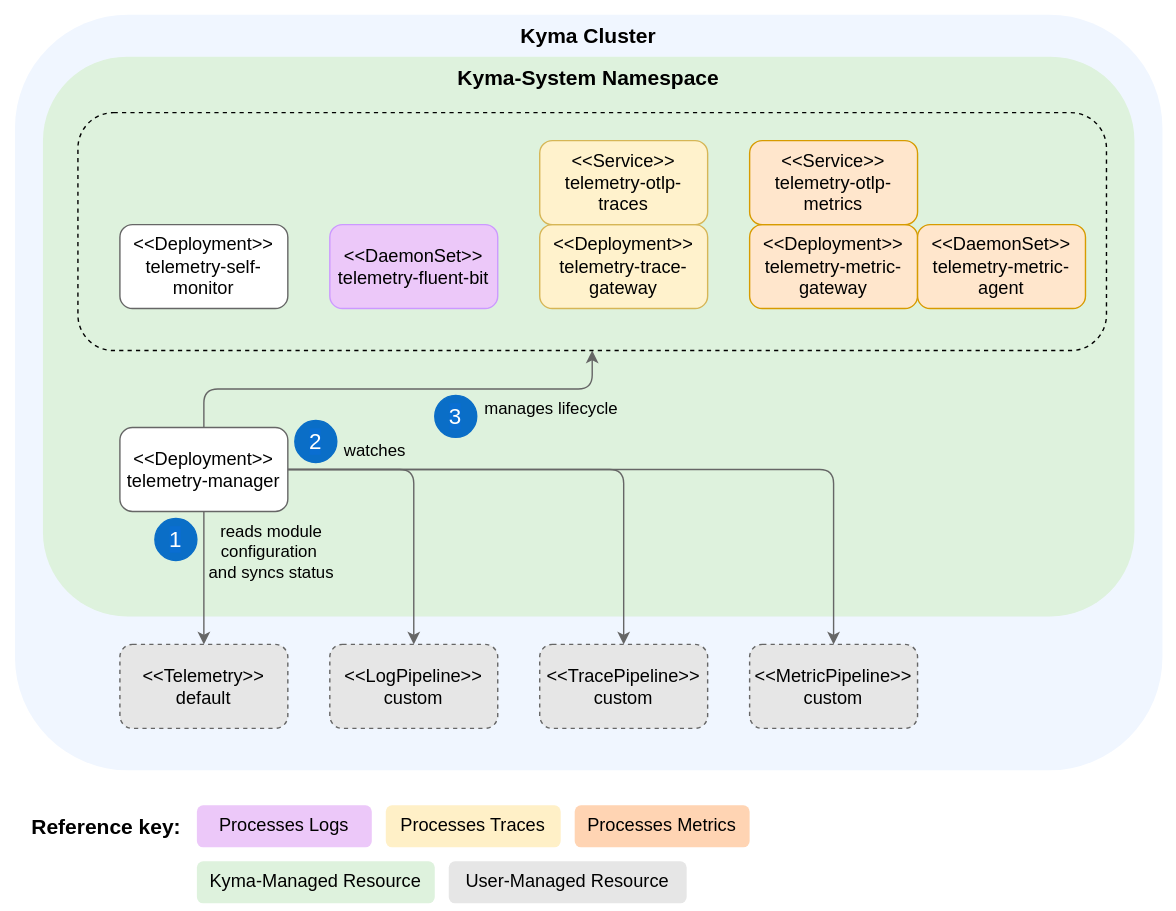
Before: docs/user/assets/manager-resources.drawio.svg, a diagram exported from draw.io (kyma-project/telemetry-manager). Source tidied: cells renumbered, new cells last; positions are measured from the earlier drawing's top-left corner, leaving out a move shared by most shapes.
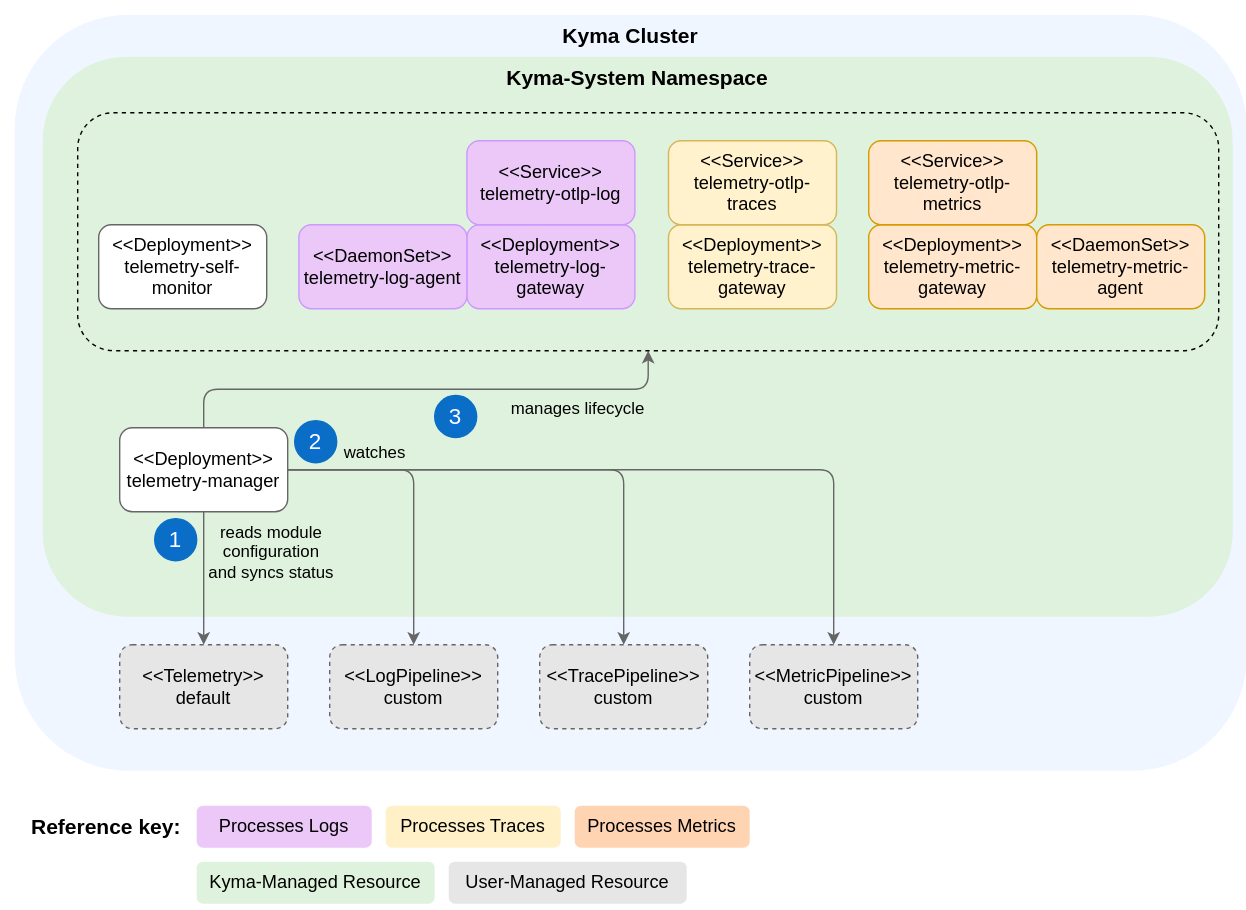
Above is the later version.

Change to the diagram source:
```diff
@@ -6,7 +6,7 @@
       <mxGeometry width="840" height="650" as="geometry" />
     </mxCell>
     <mxCell id="3" value="&lt;b style=&quot;color: rgb(0, 0, 0); font-size: 15px;&quot;&gt;&lt;font style=&quot;font-size: 15px;&quot;&gt;Kyma Cluster&lt;br style=&quot;font-size: 15px;&quot;&gt;&lt;/font&gt;&lt;/b&gt;" style="rounded=1;whiteSpace=wrap;html=1;fillColor=#F0F6FF;strokeColor=none;fontColor=#333333;verticalAlign=top;fontSize=15;" parent="1" vertex="1">
-      <mxGeometry x="10" y="10" width="820" height="540" as="geometry" />
+      <mxGeometry x="10" y="10" width="880" height="540" as="geometry" />
     </mxCell>
     <mxCell id="4" value="&lt;font style=&quot;font-size: 15px;&quot;&gt;&lt;b&gt;Reference key:&lt;/b&gt;&lt;/font&gt;" style="text;html=1;align=center;verticalAlign=middle;strokeColor=none;fillColor=default;" parent="1" vertex="1">
       <mxGeometry x="10" y="575" width="130" height="30" as="geometry" />
@@ -21,7 +21,7 @@
       <mxGeometry x="410" y="575" width="125" height="30" as="geometry" />
     </mxCell>
     <mxCell id="8" value="&lt;b style=&quot;color: rgb(0, 0, 0); font-size: 15px;&quot;&gt;Kyma-System Namespace&lt;br style=&quot;font-size: 15px;&quot;&gt;&lt;/b&gt;" style="rounded=1;whiteSpace=wrap;html=1;dashed=1;fillColor=#DEF2DD;strokeColor=none;verticalAlign=top;fontSize=15;" parent="1" vertex="1">
-      <mxGeometry x="30" y="40" width="780" height="400" as="geometry" />
+      <mxGeometry x="30" y="40" width="850" height="400" as="geometry" />
     </mxCell>
     <mxCell id="9" style="rounded=1;html=1;exitX=0.5;exitY=0;exitDx=0;exitDy=0;entryX=0.5;entryY=1;entryDx=0;entryDy=0;elbow=vertical;strokeColor=#666666;edgeStyle=orthogonalEdgeStyle;" parent="1" edge="1" source="13" target="22">
       <mxGeometry relative="1" as="geometry" />
@@ -69,28 +69,25 @@
       </mxGeometry>
     </mxCell>
     <mxCell id="22" style="rounded=1;whiteSpace=wrap;html=1;dashed=1;fontSize=13;fillColor=none;" parent="1" vertex="1">
-      <mxGeometry x="55" y="80" width="735" height="170" as="geometry" />
+      <mxGeometry x="55" y="80" width="815" height="170" as="geometry" />
     </mxCell>
     <mxCell id="23" value="&lt;font style=&quot;font-size: 13px;&quot;&gt;&amp;lt;&amp;lt;Deployment&amp;gt;&amp;gt;&lt;br style=&quot;font-size: 13px;&quot;&gt;telemetry-trace-gateway&lt;/font&gt;" style="rounded=1;whiteSpace=wrap;html=1;strokeColor=#d6b656;fillColor=#fff2cc;fontSize=13;" parent="1" vertex="1">
-      <mxGeometry x="385" y="160" width="120" height="60" as="geometry" />
+      <mxGeometry x="477" y="160" width="120" height="60" as="geometry" />
     </mxCell>
-    <mxCell id="24" value="&amp;lt;&amp;lt;DaemonSet&amp;gt;&amp;gt;&lt;br style=&quot;font-size: 13px;&quot;&gt;telemetry-fluent-bit" style="rounded=1;whiteSpace=wrap;html=1;strokeColor=#cc99ff;fontSize=13;fillColor=#ECC8F9;" parent="1" vertex="1">
-      <mxGeometry x="235" y="160" width="120" height="60" as="geometry" />
-    </mxCell>
     <mxCell id="25" value="&amp;lt;&amp;lt;Service&amp;gt;&amp;gt;&lt;br style=&quot;font-size: 13px;&quot;&gt;telemetry-otlp-traces" style="rounded=1;whiteSpace=wrap;html=1;strokeColor=#d6b656;fontSize=13;fillColor=#fff2cc;" parent="1" vertex="1">
-      <mxGeometry x="385" y="100" width="120" height="60" as="geometry" />
+      <mxGeometry x="477" y="100" width="120" height="60" as="geometry" />
     </mxCell>
     <mxCell id="26" value="&amp;lt;&amp;lt;Deployment&amp;gt;&amp;gt;&lt;br style=&quot;font-size: 13px;&quot;&gt;telemetry-self-monitor" style="rounded=1;whiteSpace=wrap;html=1;strokeColor=#666666;fontSize=13;" parent="1" vertex="1">
-      <mxGeometry x="85" y="160" width="120" height="60" as="geometry" />
+      <mxGeometry x="70" y="160" width="120" height="60" as="geometry" />
     </mxCell>
     <mxCell id="27" value="&amp;lt;&amp;lt;Deployment&amp;gt;&amp;gt;&lt;br style=&quot;font-size: 13px;&quot;&gt;telemetry-metric-gateway" style="rounded=1;whiteSpace=wrap;html=1;strokeColor=#d79b00;fontSize=13;fillColor=#ffe6cc;" parent="1" vertex="1">
-      <mxGeometry x="535" y="160" width="120" height="60" as="geometry" />
+      <mxGeometry x="620" y="160" width="120" height="60" as="geometry" />
     </mxCell>
     <mxCell id="28" value="&amp;lt;&amp;lt;DaemonSet&amp;gt;&amp;gt;&lt;br style=&quot;font-size: 13px;&quot;&gt;telemetry-metric-agent" style="rounded=1;whiteSpace=wrap;html=1;strokeColor=#d79b00;fontSize=13;fillColor=#ffe6cc;" parent="1" vertex="1">
-      <mxGeometry x="655" y="160" width="120" height="60" as="geometry" />
+      <mxGeometry x="740" y="160" width="120" height="60" as="geometry" />
     </mxCell>
     <mxCell id="29" value="&amp;lt;&amp;lt;Service&amp;gt;&amp;gt;&lt;br style=&quot;font-size: 13px;&quot;&gt;telemetry-otlp-metrics" style="rounded=1;whiteSpace=wrap;html=1;strokeColor=#d79b00;fontSize=13;fillColor=#ffe6cc;" parent="1" vertex="1">
-      <mxGeometry x="535" y="100" width="120" height="60" as="geometry" />
+      <mxGeometry x="620" y="100" width="120" height="60" as="geometry" />
     </mxCell>
     <mxCell id="30" value="&lt;span style=&quot;font-size: 16px;&quot;&gt;2&lt;/span&gt;" style="ellipse;whiteSpace=wrap;html=1;labelBackgroundColor=#0A6ED1;fontColor=#FFFFFF;fillColor=#0A6EC7;strokeColor=#0A6EC7;" parent="1" vertex="1">
       <mxGeometry x="210" y="300" width="30" height="30" as="geometry" />
@@ -107,5 +104,14 @@
     <mxCell id="34" value="&lt;span style=&quot;color: rgb(0, 0, 0); font-family: Helvetica; font-size: 13px; font-style: normal; font-variant-ligatures: normal; font-variant-caps: normal; font-weight: 400; letter-spacing: normal; orphans: 2; text-indent: 0px; text-transform: none; widows: 2; word-spacing: 0px; -webkit-text-stroke-width: 0px; text-decoration-thickness: initial; text-decoration-style: initial; text-decoration-color: initial; float: none; display: inline !important;&quot;&gt;Kyma-Managed Resource&lt;/span&gt;" style="text;whiteSpace=wrap;html=1;strokeColor=none;rounded=1;fillColor=#def2dd;align=center;" parent="1" vertex="1">
       <mxGeometry x="140" y="615" width="170" height="30" as="geometry" />
     </mxCell>
+    <mxCell id="35" value="&amp;lt;&amp;lt;Deployment&amp;gt;&amp;gt;&lt;br style=&quot;font-size: 13px;&quot;&gt;telemetry-log-gateway" style="rounded=1;whiteSpace=wrap;html=1;strokeColor=#CC99FF;fontSize=13;fillColor=#ECC8F9;" parent="1" vertex="1">
+      <mxGeometry x="333" y="160" width="120" height="60" as="geometry" />
+    </mxCell>
+    <mxCell id="36" value="&amp;lt;&amp;lt;DaemonSet&amp;gt;&amp;gt;&lt;br style=&quot;font-size: 13px;&quot;&gt;telemetry-log-agent" style="rounded=1;whiteSpace=wrap;html=1;strokeColor=#CC99FF;fontSize=13;fillColor=#ECC8F9;" parent="1" vertex="1">
+      <mxGeometry x="213" y="160" width="120" height="60" as="geometry" />
+    </mxCell>
+    <mxCell id="37" value="&amp;lt;&amp;lt;Service&amp;gt;&amp;gt;&lt;br style=&quot;font-size: 13px;&quot;&gt;telemetry-otlp-log" style="rounded=1;whiteSpace=wrap;html=1;strokeColor=#CC99FF;fontSize=13;fillColor=#ECC8F9;" parent="1" vertex="1">
+      <mxGeometry x="333" y="100" width="120" height="60" as="geometry" />
+    </mxCell>
   </root>
 </mxGraphModel>
```
